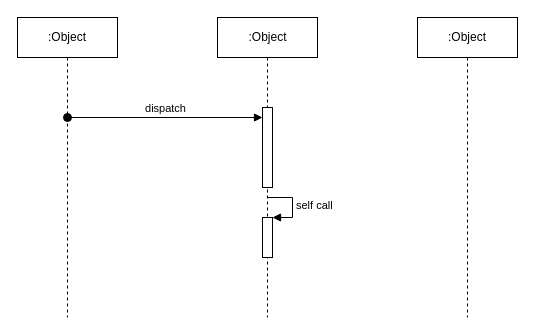
BernardXiong/PI-A7 keeps this draw.io diagram as USB.drawio. Above is the earlier version. Source tidied: cells renumbered, new cells numbered last; positions are measured from the earlier drawing's top-left corner, leaving out a move shared by most shapes. Both pictures are drawn from the tidied source at 100%, with x=0, y=0 at pixel (17, 17).
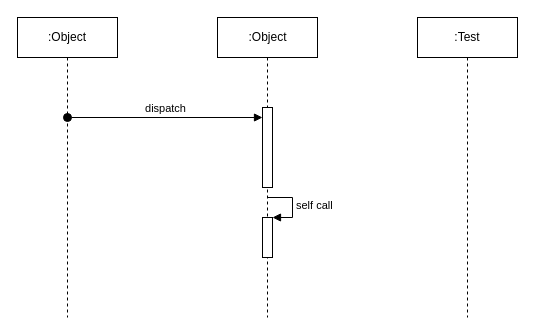
The same page after the edit.

What changed in the source:
```diff
@@
 <mxGraphModel>
   <root>
     <mxCell id="0" />
     <mxCell id="1" parent="0" />
     <mxCell id="2" value=":Object" style="shape=umlLifeline;perimeter=lifelinePerimeter;whiteSpace=wrap;html=1;" parent="1" vertex="1">
       <mxGeometry width="100" height="300" as="geometry" />
     </mxCell>
     <mxCell id="3" value="dispatch" style="html=1;verticalAlign=bottom;startArrow=oval;endArrow=block;startSize=8;" parent="2" edge="1" target="5">
       <mxGeometry relative="1" as="geometry">
         <mxPoint x="50" y="100" as="sourcePoint" />
       </mxGeometry>
     </mxCell>
     <mxCell id="4" value=":Object" style="html=1;perimeter=orthogonalPerimeter;shape=umlLifeline;participant=label;fontFamily=Helvetica;fontSize=12;fontColor=#000000;align=center;strokeColor=#000000;fillColor=#ffffff;" parent="1" vertex="1">
       <mxGeometry x="200" width="100" height="300" as="geometry" />
     </mxCell>
     <mxCell id="5" style="html=1;points=[];perimeter=orthogonalPerimeter;" parent="4" vertex="1">
       <mxGeometry x="45" y="90" width="10" height="80" as="geometry" />
     </mxCell>
     <mxCell id="6" style="html=1;points=[];perimeter=orthogonalPerimeter;" parent="4" vertex="1">
       <mxGeometry x="45" y="200" width="10" height="40" as="geometry" />
     </mxCell>
     <mxCell id="7" value="self call" style="edgeStyle=orthogonalEdgeStyle;html=1;align=left;spacingLeft=2;endArrow=block;rounded=0;entryX=1;entryY=0;" parent="4" edge="1" target="6">
       <mxGeometry relative="1" as="geometry">
         <mxPoint x="50" y="180" as="sourcePoint" />
         <Array as="points">
           <mxPoint x="75" y="180" />
         </Array>
       </mxGeometry>
     </mxCell>
-    <mxCell id="8" value=":Object" style="shape=umlLifeline;perimeter=lifelinePerimeter;whiteSpace=wrap;html=1;" parent="1" vertex="1">
+    <mxCell id="8" value=":Test" style="shape=umlLifeline;perimeter=lifelinePerimeter;whiteSpace=wrap;html=1;" parent="1" vertex="1">
       <mxGeometry x="400" width="100" height="300" as="geometry" />
     </mxCell>
   </root>
 </mxGraphModel>
```
